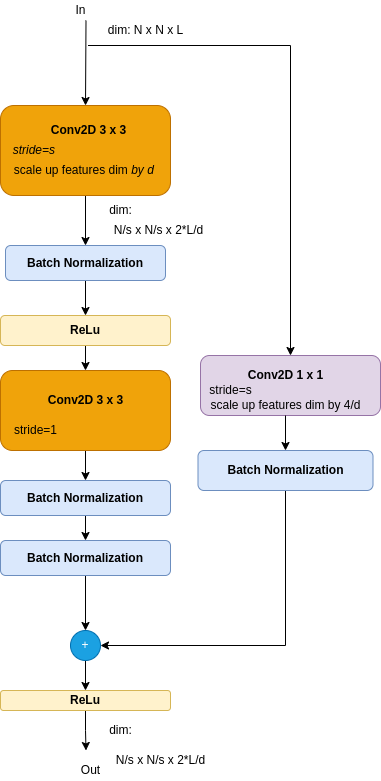
Earlier version of the draw.io export assets/images/cnn-models/resnet-residual-block-dimenssions-matching-projection.drawio.png (ronen-halevy/ronen-halevy.github.io). Source tidied: cells renumbered, new cells last; positions are measured from the earlier drawing's top-left corner, leaving out a move shared by most shapes.
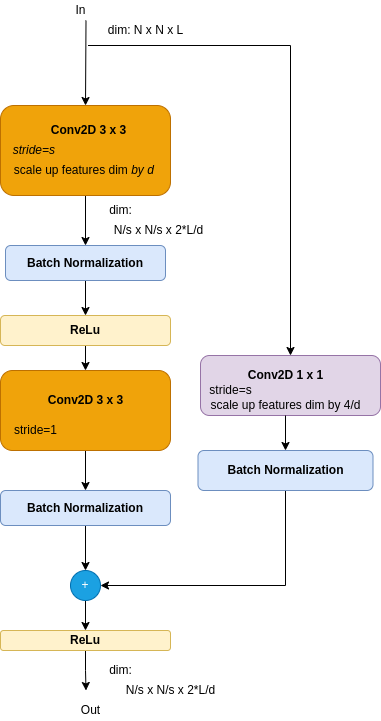
Later version of the same file.

Diff of the diagram source:
```diff
@@ -18,7 +18,7 @@
       <mxGeometry x="65" width="30" height="20" as="geometry" />
     </mxCell>
     <mxCell id="7" value="Out" style="text;html=1;align=center;verticalAlign=middle;strokeColor=none;fillColor=none;" parent="1" vertex="1">
-      <mxGeometry x="75" y="760" width="30" height="20" as="geometry" />
+      <mxGeometry x="75" y="700" width="30" height="20" as="geometry" />
     </mxCell>
     <mxCell id="8" value="&lt;i&gt;&amp;nbsp;&amp;nbsp;&lt;/i&gt;scale up features dim&amp;nbsp;&lt;i&gt;by d&lt;/i&gt;" style="text;html=1;align=center;verticalAlign=middle;strokeColor=none;fillColor=none;" parent="1" vertex="1">
       <mxGeometry y="160" width="160" height="20" as="geometry" />
@@ -33,27 +33,22 @@
       <mxGeometry x="100" y="20" width="90" height="20" as="geometry" />
     </mxCell>
     <mxCell id="12" value="&lt;span style=&quot;color: rgba(0 , 0 , 0 , 0) ; font-family: monospace ; font-size: 0px&quot;&gt;%3CmxGraphModel%3E%3Croot%3E%3CmxCell%20id%3D%220%22%2F%3E%3CmxCell%20id%3D%221%22%20parent%3D%220%22%2F%3E%3CmxCell%20id%3D%222%22%20value%3D%22N%2Fs%20x%20N%2Fs%20x%202*L%2Fd%22%20style%3D%22text%3Bhtml%3D1%3Balign%3Dcenter%3BverticalAlign%3Dmiddle%3Bresizable%3D0%3Bpoints%3D%5B%5D%3Bautosize%3D1%3BstrokeColor%3Dnone%3BfillColor%3Dnone%3B%22%20vertex%3D%221%22%20parent%3D%221%22%3E%3CmxGeometry%20x%3D%22820%22%20y%3D%22760%22%20width%3D%22100%22%20height%3D%2220%22%20as%3D%22geometry%22%2F%3E%3C%2FmxCell%3E%3C%2Froot%3E%3C%2FmxGraphModel%3E&lt;/span&gt;" style="text;html=1;align=center;verticalAlign=middle;strokeColor=none;fillColor=none;" parent="1" vertex="1">
-      <mxGeometry x="145" y="740" width="20" height="20" as="geometry" />
+      <mxGeometry x="145" y="680" width="20" height="20" as="geometry" />
     </mxCell>
     <mxCell id="13" value="stride=1" style="text;html=1;align=center;verticalAlign=middle;strokeColor=none;fillColor=none;" parent="1" vertex="1">
       <mxGeometry x="5" y="420" width="60" height="20" as="geometry" />
     </mxCell>
-    <mxCell id="14" style="edgeStyle=orthogonalEdgeStyle;rounded=0;jettySize=auto;html=1;" parent="1" edge="1" source="15">
-      <mxGeometry relative="1" as="geometry">
-        <mxPoint x="85" y="540" as="targetPoint" />
-      </mxGeometry>
+    <mxCell id="14" style="edgeStyle=orthogonalEdgeStyle;rounded=0;jettySize=auto;html=1;entryX=0.5;entryY=0;entryDx=0;entryDy=0;" parent="1" edge="1" source="15" target="18">
+      <mxGeometry relative="1" as="geometry" />
     </mxCell>
     <mxCell id="15" value="&lt;b&gt;Batch Normalization&lt;/b&gt;" style="rounded=1;whiteSpace=wrap;html=1;fillColor=#dae8fc;strokeColor=#6c8ebf;" parent="1" vertex="1">
-      <mxGeometry y="480" width="170" height="35" as="geometry" />
+      <mxGeometry y="490" width="170" height="35" as="geometry" />
     </mxCell>
-    <mxCell id="16" style="edgeStyle=orthogonalEdgeStyle;rounded=0;jettySize=auto;html=1;exitX=0.5;exitY=1;exitDx=0;exitDy=0;" parent="1" edge="1" source="27" target="18">
-      <mxGeometry relative="1" as="geometry" />
-    </mxCell>
     <mxCell id="17" style="edgeStyle=orthogonalEdgeStyle;rounded=0;jettySize=auto;html=1;" parent="1" edge="1" source="18" target="23">
       <mxGeometry relative="1" as="geometry" />
     </mxCell>
     <mxCell id="18" value="+" style="ellipse;whiteSpace=wrap;html=1;fillColor=#1ba1e2;fontColor=#ffffff;strokeColor=#006EAF;" parent="1" vertex="1">
-      <mxGeometry x="70" y="630" width="30" height="30" as="geometry" />
+      <mxGeometry x="70" y="570" width="30" height="30" as="geometry" />
     </mxCell>
     <mxCell id="19" style="edgeStyle=orthogonalEdgeStyle;rounded=0;orthogonalLoop=1;jettySize=auto;html=1;exitX=0.5;exitY=1;exitDx=0;exitDy=0;" parent="1" edge="1">
       <mxGeometry relative="1" as="geometry">
@@ -69,11 +64,11 @@
     </mxCell>
     <mxCell id="22" style="edgeStyle=orthogonalEdgeStyle;rounded=0;jettySize=auto;html=1;" parent="1" edge="1" source="23">
       <mxGeometry relative="1" as="geometry">
-        <mxPoint x="85.5" y="750" as="targetPoint" />
+        <mxPoint x="85.5" y="690" as="targetPoint" />
       </mxGeometry>
     </mxCell>
     <mxCell id="23" value="&lt;b&gt;ReLu&lt;/b&gt;" style="rounded=1;whiteSpace=wrap;html=1;fillColor=#fff2cc;strokeColor=#d6b656;" parent="1" vertex="1">
-      <mxGeometry y="690" width="170" height="20" as="geometry" />
+      <mxGeometry y="630" width="170" height="20" as="geometry" />
     </mxCell>
     <mxCell id="24" style="edgeStyle=orthogonalEdgeStyle;rounded=0;jettySize=auto;html=1;" parent="1" edge="1" source="25" target="21">
       <mxGeometry relative="1" as="geometry" />
@@ -82,11 +77,8 @@
       <mxGeometry x="5" y="245" width="160" height="35" as="geometry" />
     </mxCell>
     <mxCell id="26" value="dim:" style="text;html=1;align=center;verticalAlign=middle;strokeColor=none;fillColor=none;" parent="1" vertex="1">
-      <mxGeometry x="100" y="720" width="40" height="20" as="geometry" />
+      <mxGeometry x="100" y="660" width="40" height="20" as="geometry" />
     </mxCell>
-    <mxCell id="27" value="&lt;b&gt;Batch Normalization&lt;/b&gt;" style="rounded=1;whiteSpace=wrap;html=1;fillColor=#dae8fc;strokeColor=#6c8ebf;" parent="1" vertex="1">
-      <mxGeometry y="540" width="170" height="35" as="geometry" />
-    </mxCell>
     <mxCell id="28" style="endArrow=classic;html=1;rounded=0;entryX=0.5;entryY=0;entryDx=0;entryDy=0;" parent="1" edge="1" target="5">
       <mxGeometry relative="1" as="geometry">
         <mxPoint x="85.5" y="20" as="sourcePoint" />
@@ -115,7 +107,7 @@
     <mxCell id="34" style="edgeStyle=orthogonalEdgeStyle;rounded=0;jettySize=auto;html=1;entryX=1;entryY=0.5;entryDx=0;entryDy=0;" parent="1" edge="1" source="35" target="18">
       <mxGeometry relative="1" as="geometry">
         <Array as="points">
-          <mxPoint x="285" y="645" />
+          <mxPoint x="285" y="585" />
         </Array>
       </mxGeometry>
     </mxCell>
@@ -138,7 +130,7 @@
       <mxGeometry x="200" y="395" width="170" height="20" as="geometry" />
     </mxCell>
     <mxCell id="41" value="N/s x N/s x 2*L/d" style="text;html=1;align=center;verticalAlign=middle;strokeColor=none;fillColor=none;" parent="1" vertex="1">
-      <mxGeometry x="110" y="750" width="100" height="20" as="geometry" />
+      <mxGeometry x="120" y="680" width="100" height="20" as="geometry" />
     </mxCell>
   </root>
 </mxGraphModel>
```
